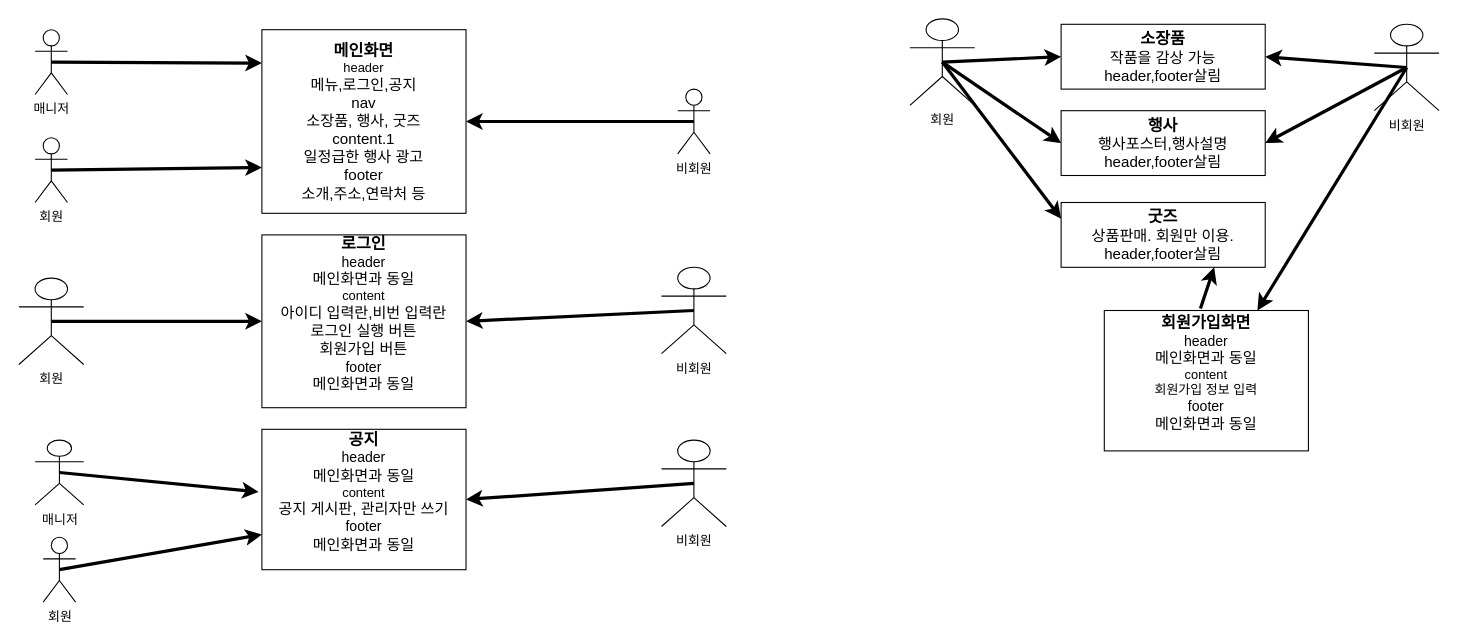
Above: UI_prototype_lowlevel.drawio in caramelsyrup/UI_ACADEMY (draw.io), before the change. Source tidied: cells renumbered, new cells numbered last; positions are measured from the earlier drawing's top-left corner, leaving out a move shared by most shapes. Both pictures are drawn from the tidied source at 108%, with x=0, y=0 at pixel (18, 18).
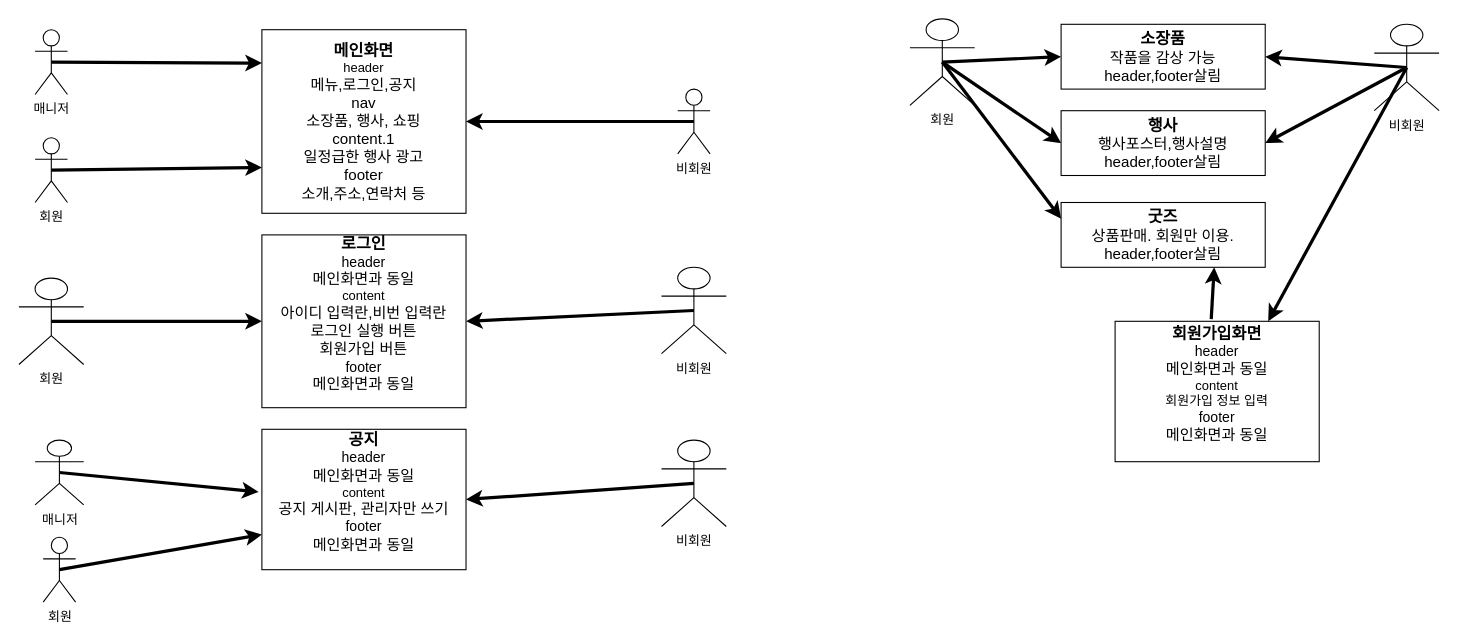
Above is the later version.

Change to the diagram source:
```diff
@@
-    <mxCell id="4" value="&lt;font&gt;&lt;b style=&quot;font-size: 15px&quot;&gt;메인화면&lt;/b&gt;&lt;br&gt;&lt;div&gt;&lt;span&gt;header&lt;/span&gt;&lt;/div&gt;&lt;/font&gt;&lt;span style=&quot;font-size: 14px&quot;&gt;메뉴,로그인,공지&lt;br&gt;nav&lt;br&gt;소장품, 행사, 굿즈&lt;br&gt;content.1&lt;br&gt;일정급한 행사 광고&lt;br&gt;footer&lt;br&gt;소개,주소,연락처 등&lt;br&gt;&lt;/span&gt;" style="rounded=0;whiteSpace=wrap;html=1;" parent="1" vertex="1">
+    <mxCell id="4" value="&lt;font&gt;&lt;b style=&quot;font-size: 15px&quot;&gt;메인화면&lt;/b&gt;&lt;br&gt;&lt;div&gt;&lt;span&gt;header&lt;/span&gt;&lt;/div&gt;&lt;/font&gt;&lt;span style=&quot;font-size: 14px&quot;&gt;메뉴,로그인,공지&lt;br&gt;nav&lt;br&gt;소장품, 행사, 쇼핑&lt;br&gt;content.1&lt;br&gt;일정급한 행사 광고&lt;br&gt;footer&lt;br&gt;소개,주소,연락처 등&lt;br&gt;&lt;/span&gt;" style="rounded=0;whiteSpace=wrap;html=1;" parent="1" vertex="1">
       <mxGeometry x="225" y="10" width="189" height="170" as="geometry" />
     </mxCell>
@@
     <mxCell id="23" value="&lt;font&gt;&lt;b style=&quot;font-size: 15px&quot;&gt;회원가입화면&lt;/b&gt;&lt;br&gt;&lt;font style=&quot;font-size: 13px&quot;&gt;header &lt;/font&gt;&lt;br&gt;&lt;span style=&quot;font-size: 14px&quot;&gt;메인화면과 동일&lt;/span&gt;&lt;br&gt;content&lt;br&gt;회원가입 정보 입력&lt;br&gt;&lt;font style=&quot;font-size: 13px&quot;&gt;footer&lt;/font&gt;&lt;br&gt;&lt;font style=&quot;font-size: 14px&quot;&gt;메인화면과 동일&lt;/font&gt;&lt;br&gt;&lt;br&gt;&lt;/font&gt;" style="rounded=0;whiteSpace=wrap;html=1;" parent="1" vertex="1">
-      <mxGeometry x="1005" y="270" width="189" height="130" as="geometry" />
+      <mxGeometry x="1015" y="280" width="189" height="130" as="geometry" />
     </mxCell>
```
